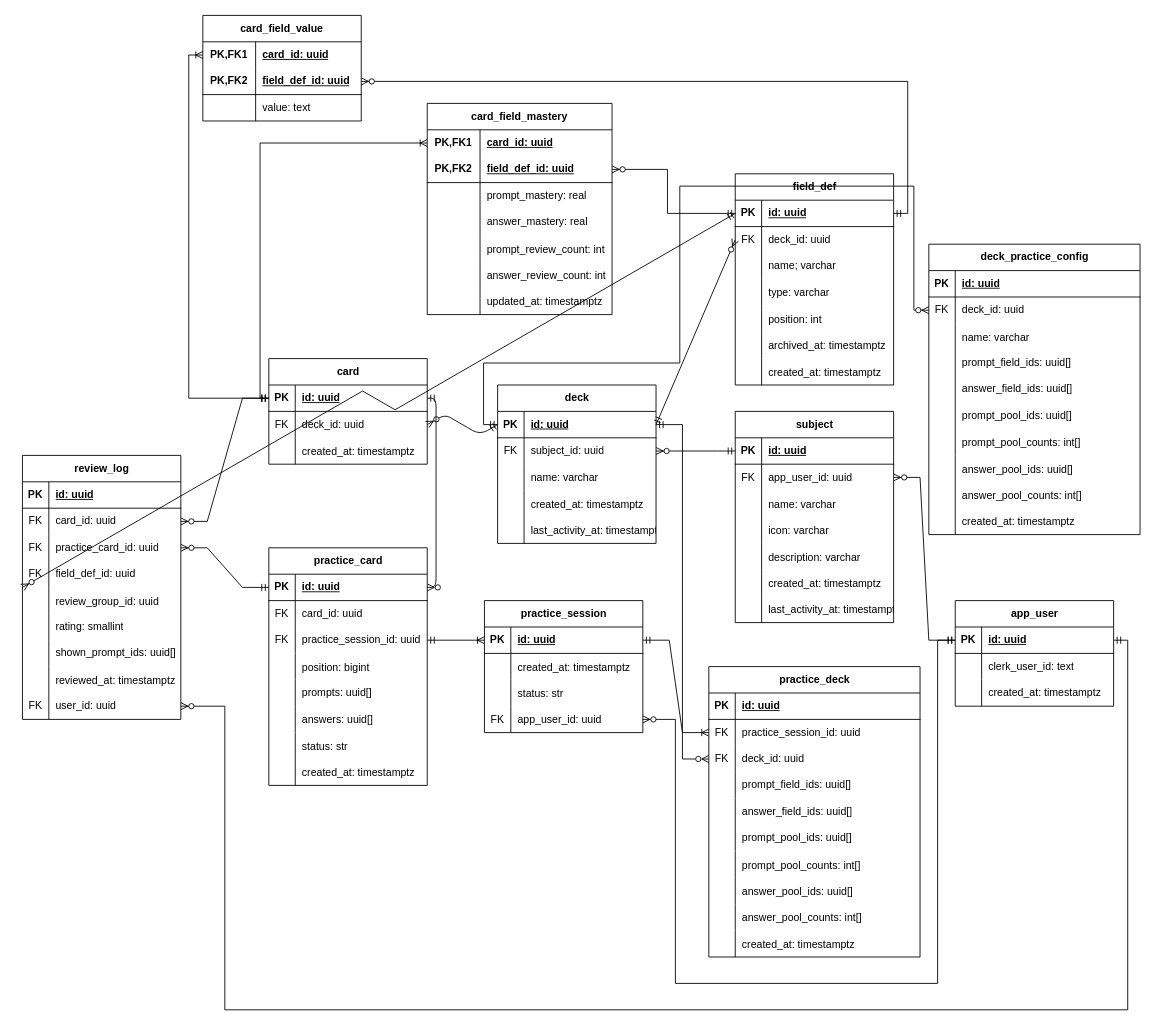
Before: docs/Flashy-ERD.drawio in lushihui51/Flashy, a draw.io diagram. Source tidied: cells renumbered, new cells numbered last; positions are measured from the earlier drawing's top-left corner, leaving out a move shared by most shapes. Both pictures are drawn from the tidied source at 88%, with x=0, y=0 at pixel (22, 15).
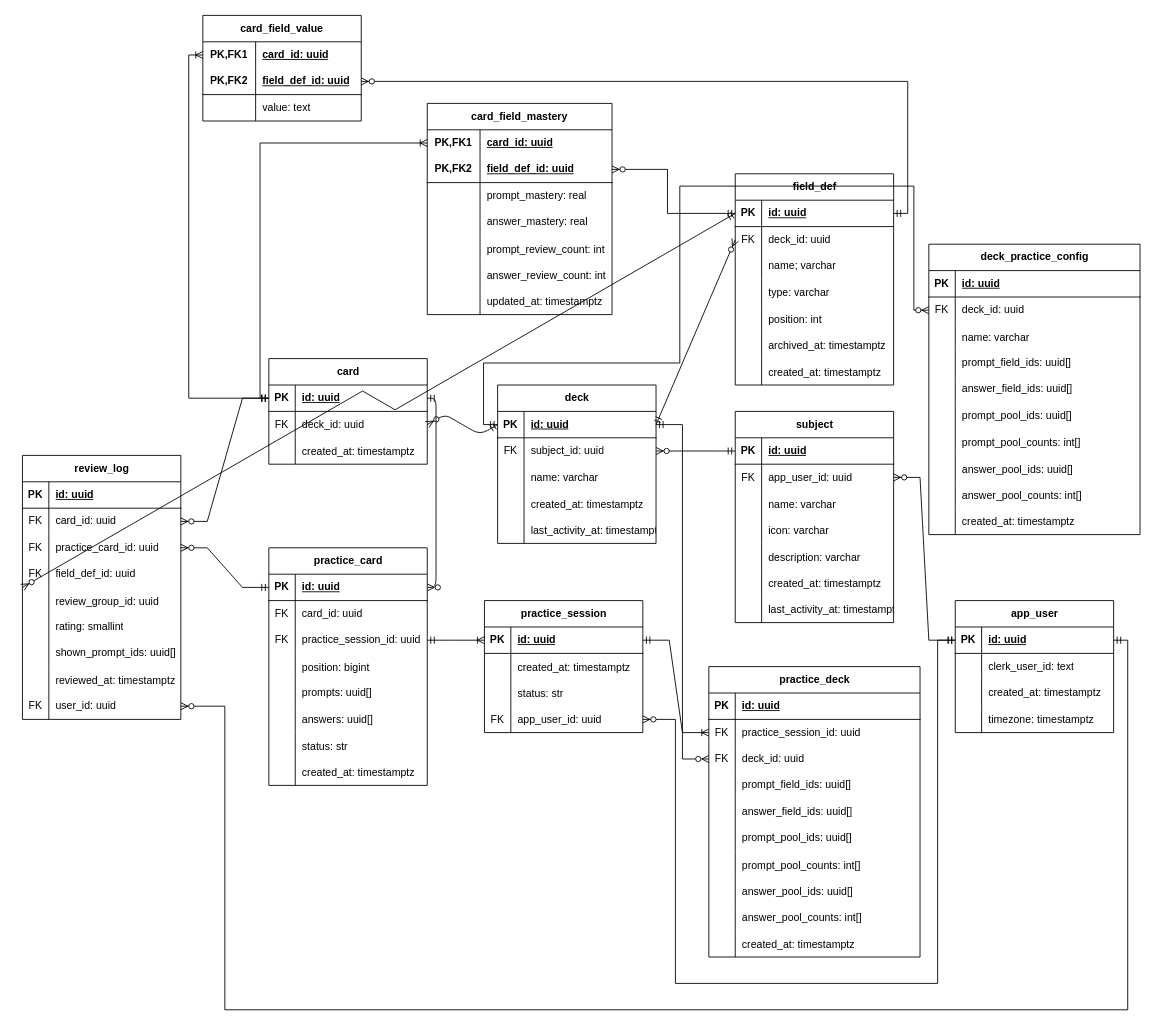
After the change.

Commit message:
Add timezone for app_user

Change to the diagram source:
```diff
@@
     <mxCell id="247" value="app_user" style="shape=table;startSize=30;childLayout=tableLayout;rowLines=0;fontStyle=1;align=center;html=1;" parent="1" vertex="1">
-      <mxGeometry x="1060" y="665" width="180" height="120" as="geometry" />
+      <mxGeometry x="1060" y="665" width="180" height="150" as="geometry" />
     </mxCell>
@@
+    <mxCell id="260" style="shape=tableRow;horizontal=0;startSize=0;swimlaneHead=0;swimlaneBody=0;fillColor=none;top=0;left=0;right=0;bottom=0;" parent="247" vertex="1">
+      <mxGeometry y="120" width="180" height="30" as="geometry" />
+    </mxCell>
+    <mxCell id="261" style="shape=partialRectangle;fillColor=none;top=0;left=0;bottom=0;right=0;overflow=hidden;" parent="260" vertex="1">
+      <mxGeometry width="30" height="30" as="geometry" />
+    </mxCell>
+    <mxCell id="262" value="timezone: timestamptz" style="shape=partialRectangle;fillColor=none;top=0;left=0;bottom=0;right=0;align=left;spacingLeft=6;overflow=hidden;" parent="260" vertex="1">
+      <mxGeometry x="30" width="150" height="30" as="geometry" />
+    </mxCell>
```
